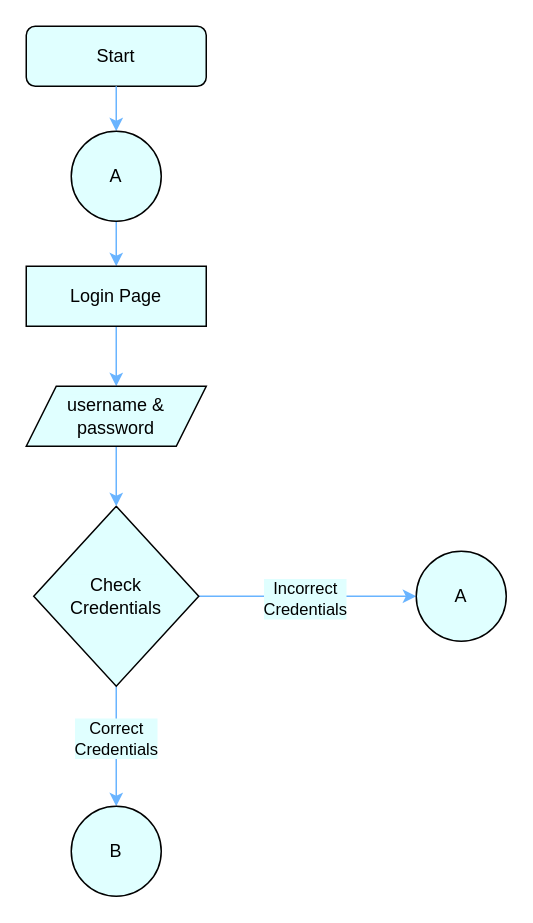
Before: page "Page-1" (1 of 5) of src/docs/diagram/flowchart.drawio in kishore-sunchu/PRMS, a draw.io diagram. Source tidied: cells renumbered, new cells numbered last; positions are measured from the earlier drawing's top-left corner, leaving out a move shared by most shapes. Both pictures are drawn from the tidied source at 150%, with x=0, y=0 at pixel (26, 26).
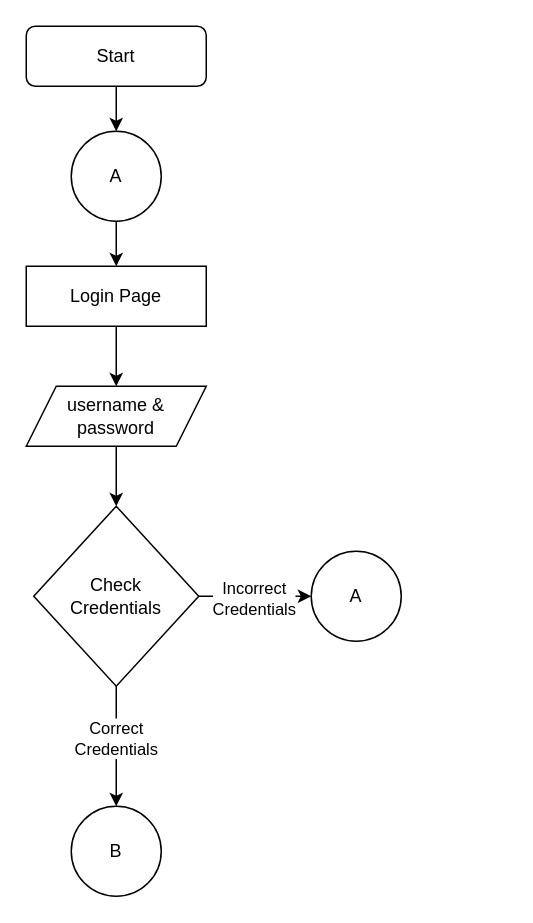
After the change.

Diff of the diagram source:
```diff
@@
 <mxGraphModel>
   <root>
     <mxCell id="0" />
     <mxCell id="1" parent="0" />
-    <mxCell id="2" style="edgeStyle=orthogonalEdgeStyle;rounded=0;jettySize=auto;html=1;exitX=0.5;exitY=1;exitDx=0;exitDy=0;entryX=0.5;entryY=0;entryDx=0;entryDy=0;labelBackgroundColor=#e0ffff;labelBorderColor=default;strokeColor=#69b4ff;" parent="1" edge="1" source="14" target="5">
+    <mxCell id="2" style="edgeStyle=orthogonalEdgeStyle;rounded=0;jettySize=auto;html=1;exitX=0.5;exitY=1;exitDx=0;exitDy=0;entryX=0.5;entryY=0;entryDx=0;entryDy=0;" parent="1" edge="1" source="14" target="5">
       <mxGeometry relative="1" as="geometry" />
     </mxCell>
-    <mxCell id="3" value="Start" style="rounded=1;whiteSpace=wrap;html=1;labelBackgroundColor=#e0ffff;fillColor=#e0ffff;" parent="1" vertex="1">
+    <mxCell id="3" value="Start" style="rounded=1;whiteSpace=wrap;html=1;" parent="1" vertex="1">
       <mxGeometry width="120" height="40" as="geometry" />
     </mxCell>
-    <mxCell id="4" style="edgeStyle=orthogonalEdgeStyle;rounded=0;jettySize=auto;html=1;exitX=0.5;exitY=1;exitDx=0;exitDy=0;entryX=0.5;entryY=0;entryDx=0;entryDy=0;labelBackgroundColor=#e0ffff;labelBorderColor=default;strokeColor=#69b4ff;" parent="1" edge="1" source="5" target="12">
+    <mxCell id="4" style="edgeStyle=orthogonalEdgeStyle;rounded=0;jettySize=auto;html=1;exitX=0.5;exitY=1;exitDx=0;exitDy=0;entryX=0.5;entryY=0;entryDx=0;entryDy=0;" parent="1" edge="1" source="5" target="12">
       <mxGeometry relative="1" as="geometry" />
     </mxCell>
-    <mxCell id="5" value="Login Page" style="rounded=0;whiteSpace=wrap;html=1;labelBackgroundColor=#e0ffff;fillColor=#e0ffff;" parent="1" vertex="1">
+    <mxCell id="5" value="Login Page" style="rounded=0;whiteSpace=wrap;html=1;" parent="1" vertex="1">
       <mxGeometry y="160" width="120" height="40" as="geometry" />
     </mxCell>
-    <mxCell id="6" style="edgeStyle=orthogonalEdgeStyle;rounded=0;jettySize=auto;html=1;exitX=1;exitY=0.5;exitDx=0;exitDy=0;entryX=0;entryY=0.5;entryDx=0;entryDy=0;labelBackgroundColor=#e0ffff;labelBorderColor=default;strokeColor=#69b4ff;" parent="1" edge="1" source="10" target="15">
+    <mxCell id="6" style="edgeStyle=orthogonalEdgeStyle;rounded=0;jettySize=auto;html=1;exitX=1;exitY=0.5;exitDx=0;exitDy=0;entryX=0;entryY=0.5;entryDx=0;entryDy=0;" parent="1" edge="1" source="10" target="15">
       <mxGeometry relative="1" as="geometry" />
     </mxCell>
-    <mxCell id="7" value="Incorrect&lt;br&gt;Credentials" style="edgeLabel;html=1;align=center;verticalAlign=middle;labelBackgroundColor=#e0ffff;labelBorderColor=none;" parent="6" vertex="1">
+    <mxCell id="7" value="Incorrect&lt;br&gt;Credentials" style="edgeLabel;html=1;align=center;verticalAlign=middle;" parent="6" vertex="1">
       <mxGeometry x="-0.04" y="-1" relative="1" as="geometry" />
     </mxCell>
-    <mxCell id="8" style="edgeStyle=orthogonalEdgeStyle;rounded=0;jettySize=auto;html=1;labelBackgroundColor=#e0ffff;labelBorderColor=default;strokeColor=#69b4ff;" parent="1" edge="1" source="10">
+    <mxCell id="8" style="edgeStyle=orthogonalEdgeStyle;rounded=0;jettySize=auto;html=1;" parent="1" edge="1" source="10">
       <mxGeometry relative="1" as="geometry">
         <mxPoint x="60" y="520" as="targetPoint" />
       </mxGeometry>
     </mxCell>
-    <mxCell id="9" value="Correct&lt;br&gt;Credentials" style="edgeLabel;html=1;align=center;verticalAlign=middle;labelBackgroundColor=#e0ffff;" parent="8" vertex="1">
+    <mxCell id="9" value="Correct&lt;br&gt;Credentials" style="edgeLabel;html=1;align=center;verticalAlign=middle;" parent="8" vertex="1">
       <mxGeometry x="-0.15" y="-1" relative="1" as="geometry" />
     </mxCell>
-    <mxCell id="10" value="Check&lt;br&gt;Credentials" style="rhombus;whiteSpace=wrap;html=1;labelBackgroundColor=#e0ffff;fillColor=#e0ffff;" parent="1" vertex="1">
+    <mxCell id="10" value="Check&lt;br&gt;Credentials" style="rhombus;whiteSpace=wrap;html=1;" parent="1" vertex="1">
       <mxGeometry x="5" y="320" width="110" height="120" as="geometry" />
     </mxCell>
-    <mxCell id="11" style="edgeStyle=orthogonalEdgeStyle;rounded=0;jettySize=auto;html=1;exitX=0.5;exitY=1;exitDx=0;exitDy=0;entryX=0.5;entryY=0;entryDx=0;entryDy=0;labelBackgroundColor=#e0ffff;labelBorderColor=default;strokeColor=#69b4ff;" parent="1" edge="1" source="12" target="10">
+    <mxCell id="11" style="edgeStyle=orthogonalEdgeStyle;rounded=0;jettySize=auto;html=1;exitX=0.5;exitY=1;exitDx=0;exitDy=0;entryX=0.5;entryY=0;entryDx=0;entryDy=0;" parent="1" edge="1" source="12" target="10">
       <mxGeometry relative="1" as="geometry" />
     </mxCell>
-    <mxCell id="12" value="username &amp;amp;&lt;br&gt;password" style="shape=parallelogram;perimeter=parallelogramPerimeter;whiteSpace=wrap;html=1;fixedSize=1;labelBackgroundColor=#e0ffff;fillColor=#e0ffff;" parent="1" vertex="1">
+    <mxCell id="12" value="username &amp;amp;&lt;br&gt;password" style="shape=parallelogram;perimeter=parallelogramPerimeter;whiteSpace=wrap;html=1;fixedSize=1;" parent="1" vertex="1">
       <mxGeometry y="240" width="120" height="40" as="geometry" />
     </mxCell>
-    <mxCell id="13" style="edgeStyle=orthogonalEdgeStyle;rounded=0;jettySize=auto;html=1;exitX=0.5;exitY=1;exitDx=0;exitDy=0;entryX=0.5;entryY=0;entryDx=0;entryDy=0;labelBackgroundColor=#e0ffff;strokeColor=#69b4ff;" parent="1" edge="1" source="3" target="14">
+    <mxCell id="13" style="edgeStyle=orthogonalEdgeStyle;rounded=0;jettySize=auto;html=1;exitX=0.5;exitY=1;exitDx=0;exitDy=0;entryX=0.5;entryY=0;entryDx=0;entryDy=0;" parent="1" edge="1" source="3" target="14">
       <mxGeometry relative="1" as="geometry" />
     </mxCell>
-    <mxCell id="14" value="A" style="ellipse;whiteSpace=wrap;html=1;labelBackgroundColor=#e0ffff;fillColor=#e0ffff;" parent="1" vertex="1">
+    <mxCell id="14" value="A" style="ellipse;whiteSpace=wrap;html=1;" parent="1" vertex="1">
       <mxGeometry x="30" y="70" width="60" height="60" as="geometry" />
     </mxCell>
-    <mxCell id="15" value="A" style="ellipse;whiteSpace=wrap;html=1;labelBackgroundColor=#e0ffff;fillColor=#e0ffff;" parent="1" vertex="1">
-      <mxGeometry x="260" y="350" width="60" height="60" as="geometry" />
+    <mxCell id="15" value="A" style="ellipse;whiteSpace=wrap;html=1;" parent="1" vertex="1">
+      <mxGeometry x="190" y="350" width="60" height="60" as="geometry" />
     </mxCell>
-    <mxCell id="16" value="B" style="ellipse;whiteSpace=wrap;html=1;labelBackgroundColor=#e0ffff;fillColor=#e0ffff;" parent="1" vertex="1">
+    <mxCell id="16" value="B" style="ellipse;whiteSpace=wrap;html=1;" parent="1" vertex="1">
       <mxGeometry x="30" y="520" width="60" height="60" as="geometry" />
     </mxCell>
   </root>
 </mxGraphModel>
```
